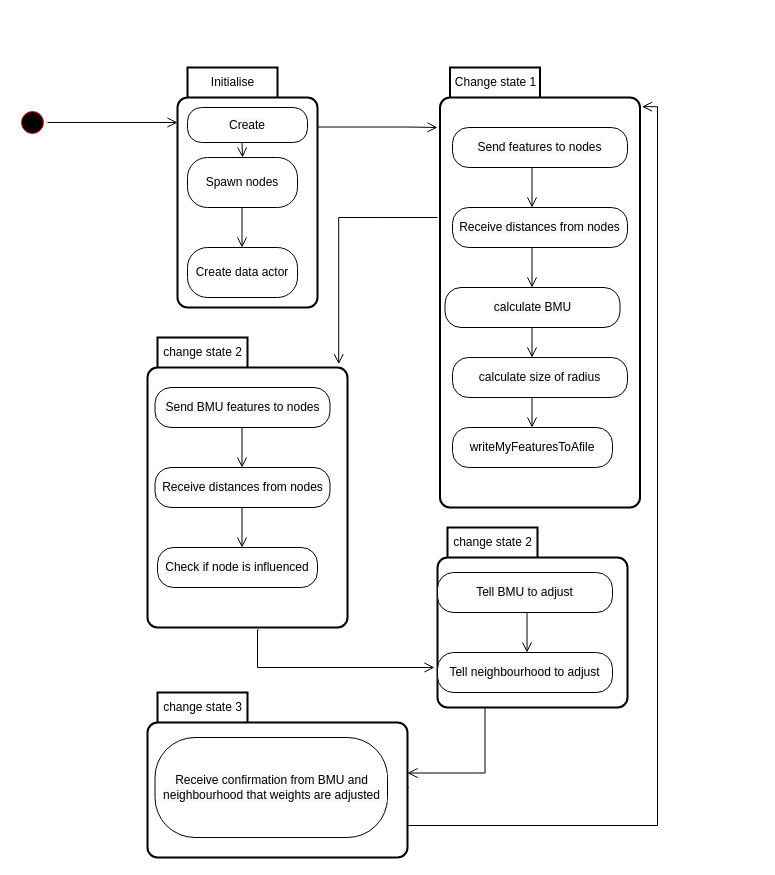
The draw.io diagram nodeMaestro.drawio in vanelopethecoder/som-basic, before the edit. Source tidied: cells renumbered, new cells numbered last; positions are measured from the earlier drawing's top-left corner, leaving out a move shared by most shapes. Both pictures are drawn from the tidied source at 100%, with x=0, y=0 at pixel (17, 67).
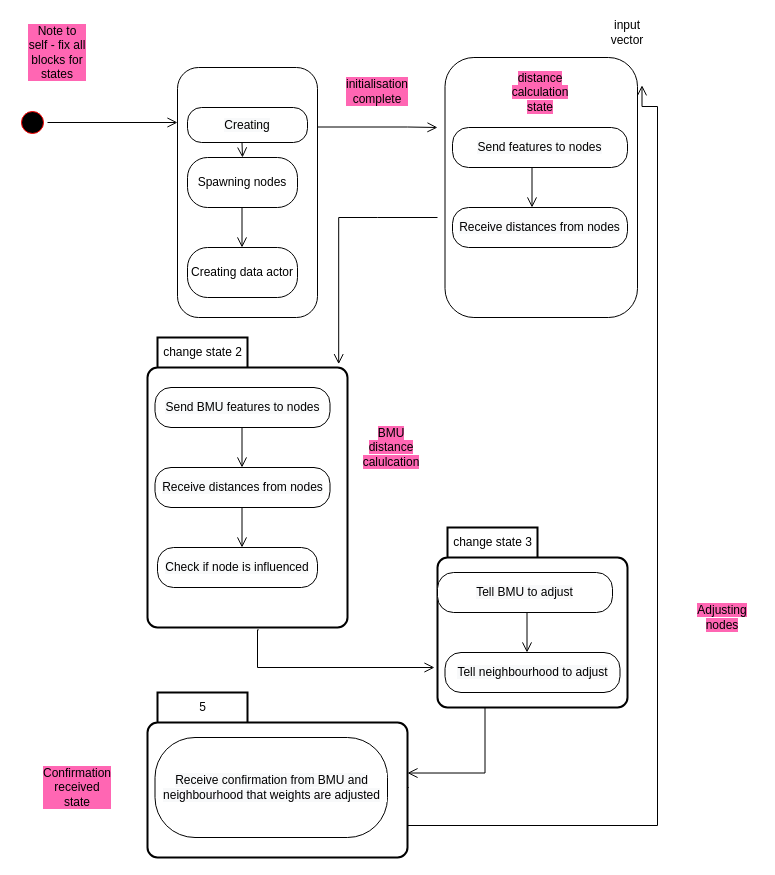
The same page after the edit.

Change to the diagram source:
```diff
@@
+    <mxCell id="37" style="rounded=1;whiteSpace=wrap;html=1;labelBackgroundColor=#FF66B3;" parent="1" vertex="1">
+      <mxGeometry x="427.5" y="-10" width="192.5" height="260" as="geometry" />
+    </mxCell>
+    <mxCell id="38" style="rounded=1;whiteSpace=wrap;html=1;labelBackgroundColor=#FF66B3;" parent="1" vertex="1">
+      <mxGeometry x="160" width="140" height="250" as="geometry" />
+    </mxCell>
@@
-    <mxCell id="3" value="Initialise" style="shape=folder;align=center;verticalAlign=middle;fontStyle=0;tabWidth=100;tabHeight=30;tabPosition=left;html=1;boundedLbl=1;labelInHeader=1;rounded=1;absoluteArcSize=1;arcSize=10;strokeWidth=2;" parent="1" vertex="1">
-      <mxGeometry x="160" width="140" height="240" as="geometry" />
-    </mxCell>
@@
-    <mxCell id="5" value="Change state 1" style="shape=folder;align=center;verticalAlign=middle;fontStyle=0;tabWidth=100;tabHeight=30;tabPosition=left;html=1;boundedLbl=1;labelInHeader=1;rounded=1;absoluteArcSize=1;arcSize=10;strokeWidth=2;" parent="1" vertex="1">
-      <mxGeometry x="422.5" width="200" height="440" as="geometry" />
-    </mxCell>
@@
-    <mxCell id="8" value="&lt;span style=&quot;background-color: rgb(248 , 249 , 250)&quot;&gt;writeMyFeaturesToAfile&lt;/span&gt;" style="rounded=1;whiteSpace=wrap;html=1;arcSize=40;fontColor=#000000;fillColor=#FFFFFF;strokeColor=#000000;labelBackgroundColor=default;" parent="1" vertex="1">
-      <mxGeometry x="435" y="360" width="160" height="40" as="geometry" />
-    </mxCell>
@@
-    <mxCell id="11" value="&lt;span style=&quot;background-color: rgb(248 , 249 , 250)&quot;&gt;Create&lt;/span&gt;" style="rounded=1;whiteSpace=wrap;html=1;arcSize=40;fontColor=#000000;fillColor=#FFFFFF;strokeColor=#000000;labelBackgroundColor=default;" parent="1" vertex="1">
+    <mxCell id="11" value="&lt;span style=&quot;background-color: rgb(248 , 249 , 250)&quot;&gt;Creating&lt;/span&gt;" style="rounded=1;whiteSpace=wrap;html=1;arcSize=40;fontColor=#000000;fillColor=#FFFFFF;strokeColor=#000000;labelBackgroundColor=default;" parent="1" vertex="1">
       <mxGeometry x="170" y="40" width="120" height="35" as="geometry" />
     </mxCell>
-    <mxCell id="12" value="Spawn nodes" style="rounded=1;whiteSpace=wrap;html=1;arcSize=40;fontColor=#000000;fillColor=#FFFFFF;strokeColor=#000000;labelBackgroundColor=default;" parent="1" vertex="1">
+    <mxCell id="12" value="Spawning nodes" style="rounded=1;whiteSpace=wrap;html=1;arcSize=40;fontColor=#000000;fillColor=#FFFFFF;strokeColor=#000000;labelBackgroundColor=default;" parent="1" vertex="1">
       <mxGeometry x="170" y="90" width="110" height="50" as="geometry" />
     </mxCell>
-    <mxCell id="13" value="Create data actor" style="rounded=1;whiteSpace=wrap;html=1;arcSize=40;fontColor=#000000;fillColor=#FFFFFF;strokeColor=#000000;labelBackgroundColor=default;" parent="1" vertex="1">
+    <mxCell id="13" value="Creating data actor" style="rounded=1;whiteSpace=wrap;html=1;arcSize=40;fontColor=#000000;fillColor=#FFFFFF;strokeColor=#000000;labelBackgroundColor=default;" parent="1" vertex="1">
       <mxGeometry x="170" y="180" width="110" height="50" as="geometry" />
     </mxCell>
@@
-    <mxCell id="16" style="edgeStyle=orthogonalEdgeStyle;html=1;verticalAlign=bottom;endArrow=open;endSize=8;strokeColor=#000000;rounded=0;" parent="1" edge="1">
-      <mxGeometry relative="1" as="geometry">
-        <mxPoint x="514.5" y="180" as="sourcePoint" />
-        <mxPoint x="514.5" y="220" as="targetPoint" />
-        <Array as="points">
-          <mxPoint x="514.5" y="220" />
-        </Array>
-      </mxGeometry>
-    </mxCell>
@@
-    <mxCell id="23" value="&lt;span style=&quot;background-color: rgb(248 , 249 , 250)&quot;&gt;calculate BMU&lt;/span&gt;" style="rounded=1;whiteSpace=wrap;html=1;arcSize=40;fontColor=#000000;fillColor=#FFFFFF;strokeColor=#000000;labelBackgroundColor=default;" parent="1" vertex="1">
-      <mxGeometry x="427.5" y="220" width="175" height="40" as="geometry" />
-    </mxCell>
-    <mxCell id="24" value="&lt;span style=&quot;background-color: rgb(248 , 249 , 250)&quot;&gt;calculate size of radius&lt;/span&gt;" style="rounded=1;whiteSpace=wrap;html=1;arcSize=40;fontColor=#000000;fillColor=#FFFFFF;strokeColor=#000000;labelBackgroundColor=default;" parent="1" vertex="1">
-      <mxGeometry x="435" y="290" width="175" height="40" as="geometry" />
-    </mxCell>
-    <mxCell id="25" style="edgeStyle=orthogonalEdgeStyle;html=1;verticalAlign=bottom;endArrow=open;endSize=8;strokeColor=#000000;rounded=0;" parent="1" edge="1">
-      <mxGeometry relative="1" as="geometry">
-        <mxPoint x="515" y="260" as="sourcePoint" />
-        <mxPoint x="514.5" y="290" as="targetPoint" />
-        <Array as="points">
-          <mxPoint x="514.5" y="290" />
-        </Array>
-      </mxGeometry>
-    </mxCell>
-    <mxCell id="26" style="edgeStyle=orthogonalEdgeStyle;html=1;verticalAlign=bottom;endArrow=open;endSize=8;strokeColor=#000000;rounded=0;" parent="1" edge="1">
-      <mxGeometry relative="1" as="geometry">
-        <mxPoint x="514.5" y="330" as="sourcePoint" />
-        <mxPoint x="514.5" y="360" as="targetPoint" />
-        <Array as="points">
-          <mxPoint x="514.5" y="360" />
-        </Array>
-      </mxGeometry>
-    </mxCell>
-    <mxCell id="27" value="change state 2" style="shape=folder;align=center;verticalAlign=middle;fontStyle=0;tabWidth=100;tabHeight=30;tabPosition=left;html=1;boundedLbl=1;labelInHeader=1;rounded=1;absoluteArcSize=1;arcSize=10;strokeWidth=2;" parent="1" vertex="1">
+    <mxCell id="27" value="change state 3" style="shape=folder;align=center;verticalAlign=middle;fontStyle=0;tabWidth=100;tabHeight=30;tabPosition=left;html=1;boundedLbl=1;labelInHeader=1;rounded=1;absoluteArcSize=1;arcSize=10;strokeWidth=2;" parent="1" vertex="1">
       <mxGeometry x="420" y="460" width="190" height="180" as="geometry" />
     </mxCell>
@@
     <mxCell id="30" value="&lt;span style=&quot;background-color: rgb(248 , 249 , 250)&quot;&gt;Tell neighbourhood to adjust&lt;/span&gt;" style="rounded=1;whiteSpace=wrap;html=1;arcSize=40;fontColor=#000000;fillColor=#FFFFFF;strokeColor=#000000;labelBackgroundColor=default;" parent="1" vertex="1">
-      <mxGeometry x="420" y="585" width="175" height="40" as="geometry" />
+      <mxGeometry x="427.5" y="585" width="175" height="40" as="geometry" />
     </mxCell>
@@
-    <mxCell id="33" value="change state 3" style="shape=folder;align=center;verticalAlign=middle;fontStyle=0;tabWidth=100;tabHeight=30;tabPosition=left;html=1;boundedLbl=1;labelInHeader=1;rounded=1;absoluteArcSize=1;arcSize=10;strokeWidth=2;" parent="1" vertex="1">
+    <mxCell id="33" value="5" style="shape=folder;align=center;verticalAlign=middle;fontStyle=0;tabWidth=100;tabHeight=30;tabPosition=left;html=1;boundedLbl=1;labelInHeader=1;rounded=1;absoluteArcSize=1;arcSize=10;strokeWidth=2;" parent="1" vertex="1">
       <mxGeometry x="130" y="625" width="260" height="165" as="geometry" />
     </mxCell>
@@
-    <mxCell id="36" style="edgeStyle=orthogonalEdgeStyle;html=1;verticalAlign=bottom;endArrow=open;endSize=8;strokeColor=#000000;rounded=0;exitX=0.556;exitY=1.008;exitDx=0;exitDy=0;exitPerimeter=0;entryX=1.01;entryY=0.089;entryDx=0;entryDy=0;entryPerimeter=0;" parent="1" edge="1" target="5">
+    <mxCell id="36" style="edgeStyle=orthogonalEdgeStyle;html=1;verticalAlign=bottom;endArrow=open;endSize=8;strokeColor=#000000;rounded=0;exitX=0.556;exitY=1.008;exitDx=0;exitDy=0;exitPerimeter=0;entryX=1.01;entryY=0.089;entryDx=0;entryDy=0;entryPerimeter=0;" parent="1" edge="1">
       <mxGeometry relative="1" as="geometry">
         <mxPoint x="391.2" y="720" as="sourcePoint" />
+        <mxPoint x="624.5" y="17.8" as="targetPoint" />
         <Array as="points">
           <mxPoint x="390" y="720" />
           <mxPoint x="390" y="758" />
           <mxPoint x="640" y="758" />
           <mxPoint x="640" y="39" />
         </Array>
       </mxGeometry>
     </mxCell>
+    <mxCell id="39" value="&lt;span style=&quot;background-color: rgb(255 , 102 , 179)&quot;&gt;distance calculation state&lt;/span&gt;" style="text;html=1;strokeColor=none;fillColor=none;align=center;verticalAlign=middle;whiteSpace=wrap;rounded=0;" parent="1" vertex="1">
+      <mxGeometry x="492.5" y="10" width="60" height="30" as="geometry" />
+    </mxCell>
+    <mxCell id="40" value="input vector" style="text;html=1;strokeColor=none;fillColor=none;align=center;verticalAlign=middle;whiteSpace=wrap;rounded=0;" parent="1" vertex="1">
+      <mxGeometry x="580" y="-50" width="60" height="30" as="geometry" />
+    </mxCell>
+    <mxCell id="41" value="&lt;span style=&quot;background-color: rgb(255 , 102 , 179)&quot;&gt;BMU distance calulcation&lt;/span&gt;" style="text;html=1;strokeColor=none;fillColor=none;align=center;verticalAlign=middle;whiteSpace=wrap;rounded=0;" parent="1" vertex="1">
+      <mxGeometry x="339" y="360" width="70" height="40" as="geometry" />
+    </mxCell>
+    <mxCell id="42" value="&lt;span style=&quot;background-color: rgb(255 , 102 , 179)&quot;&gt;Adjusting nodes&lt;/span&gt;" style="text;html=1;strokeColor=none;fillColor=none;align=center;verticalAlign=middle;whiteSpace=wrap;rounded=0;" parent="1" vertex="1">
+      <mxGeometry x="670" y="530" width="70" height="40" as="geometry" />
+    </mxCell>
+    <mxCell id="43" value="Confirmation received state" style="text;html=1;strokeColor=none;fillColor=none;align=center;verticalAlign=middle;whiteSpace=wrap;rounded=0;labelBackgroundColor=#FF66B3;" parent="1" vertex="1">
+      <mxGeometry x="30" y="705" width="60" height="30" as="geometry" />
+    </mxCell>
+    <mxCell id="44" value="Note to self - fix all blocks for states" style="text;html=1;strokeColor=none;fillColor=none;align=center;verticalAlign=middle;whiteSpace=wrap;rounded=0;labelBackgroundColor=#FF66B3;" parent="1" vertex="1">
+      <mxGeometry x="10" y="-30" width="60" height="30" as="geometry" />
+    </mxCell>
+    <mxCell id="45" value="initialisation complete" style="text;html=1;strokeColor=none;fillColor=none;align=center;verticalAlign=middle;whiteSpace=wrap;rounded=0;labelBackgroundColor=#FF66B3;" parent="1" vertex="1">
+      <mxGeometry x="330" y="9" width="60" height="30" as="geometry" />
+    </mxCell>
```
